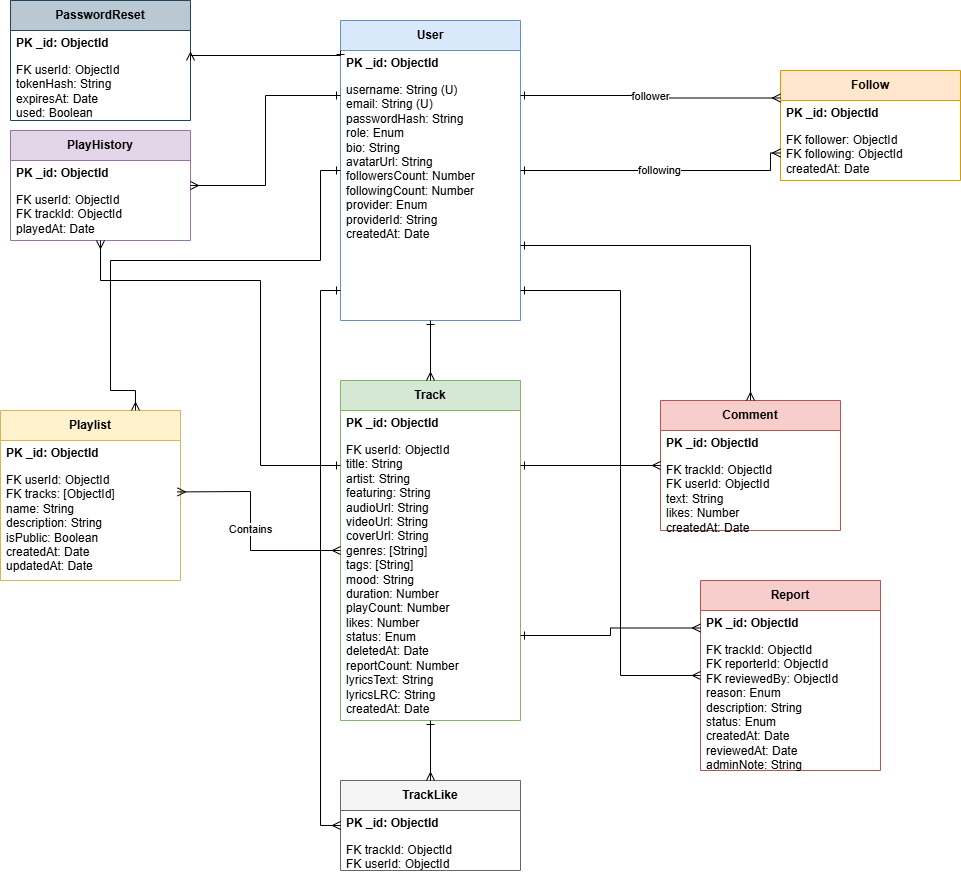
The draw.io diagram diagram/ERD.drawio.png in ducquyen12312ew/sao_clao, before a commit. Source tidied: cells renumbered, new cells last; positions are measured from the earlier drawing's top-left corner, leaving out a move shared by most shapes. The source it was exported from:
```xml
<mxGraphModel>
  <root>
    <mxCell id="0" />
    <mxCell id="1" parent="0" />
    <mxCell id="2" value="User" style="swimlane;horizontal=1;startSize=30;whiteSpace=wrap;html=1;fontStyle=1;fillColor=#dae8fc;strokeColor=#6c8ebf;" parent="1" vertex="1">
      <mxGeometry x="340" y="20" width="180" height="300" as="geometry" />
    </mxCell>
    <mxCell id="3" value="PK  _id: ObjectId" style="text;strokeColor=none;fillColor=none;align=left;verticalAlign=middle;spacingLeft=4;spacingRight=4;overflow=hidden;whiteSpace=wrap;html=1;fontStyle=1;" parent="2" vertex="1">
      <mxGeometry y="30" width="180" height="26" as="geometry" />
    </mxCell>
    <mxCell id="4" value="username: String (U)&#10;email: String (U)&#10;passwordHash: String&#10;role: Enum&#10;bio: String&#10;avatarUrl: String&#10;followersCount: Number&#10;followingCount: Number&#10;provider: Enum&#10;providerId: String&#10;createdAt: Date" style="text;strokeColor=none;fillColor=none;align=left;verticalAlign=top;spacingLeft=4;spacingRight=4;overflow=hidden;whiteSpace=wrap;html=1;" parent="2" vertex="1">
      <mxGeometry y="56" width="180" height="244" as="geometry" />
    </mxCell>
    <mxCell id="5" value="Track" style="swimlane;horizontal=1;startSize=30;whiteSpace=wrap;html=1;fontStyle=1;fillColor=#d5e8d4;strokeColor=#82b366;" parent="1" vertex="1">
      <mxGeometry x="340" y="380" width="180" height="340" as="geometry" />
    </mxCell>
    <mxCell id="6" value="PK  _id: ObjectId" style="text;strokeColor=none;fillColor=none;align=left;verticalAlign=middle;spacingLeft=4;spacingRight=4;overflow=hidden;whiteSpace=wrap;html=1;fontStyle=1;" parent="5" vertex="1">
      <mxGeometry y="30" width="180" height="26" as="geometry" />
    </mxCell>
    <mxCell id="7" value="FK  userId: ObjectId&#10;title: String&#10;artist: String&#10;featuring: String&#10;audioUrl: String&#10;videoUrl: String&#10;coverUrl: String&#10;genres: [String]&#10;tags: [String]&#10;mood: String&#10;duration: Number&#10;playCount: Number&#10;likes: Number&#10;status: Enum&#10;deletedAt: Date&#10;reportCount: Number&#10;lyricsText: String&#10;lyricsLRC: String&#10;createdAt: Date" style="text;strokeColor=none;fillColor=none;align=left;verticalAlign=top;spacingLeft=4;spacingRight=4;overflow=hidden;whiteSpace=wrap;html=1;" parent="5" vertex="1">
      <mxGeometry y="56" width="180" height="284" as="geometry" />
    </mxCell>
    <mxCell id="8" value="Playlist" style="swimlane;horizontal=1;startSize=30;whiteSpace=wrap;html=1;fontStyle=1;fillColor=#fff2cc;strokeColor=#d6b656;" parent="1" vertex="1">
      <mxGeometry y="410" width="180" height="170" as="geometry" />
    </mxCell>
    <mxCell id="9" value="PK  _id: ObjectId" style="text;strokeColor=none;fillColor=none;align=left;verticalAlign=middle;spacingLeft=4;spacingRight=4;overflow=hidden;whiteSpace=wrap;html=1;fontStyle=1;" parent="8" vertex="1">
      <mxGeometry y="30" width="180" height="26" as="geometry" />
    </mxCell>
    <mxCell id="10" value="FK  userId: ObjectId&#10;FK  tracks: [ObjectId]&#10;name: String&#10;description: String&#10;isPublic: Boolean&#10;createdAt: Date&#10;updatedAt: Date" style="text;strokeColor=none;fillColor=none;align=left;verticalAlign=top;spacingLeft=4;spacingRight=4;overflow=hidden;points=[[0,0.5],[1,0.5]];portConstraint=eastwest;whiteSpace=wrap;html=1;" parent="8" vertex="1">
      <mxGeometry y="56" width="180" height="114" as="geometry" />
    </mxCell>
    <mxCell id="11" value="Comment" style="swimlane;horizontal=1;startSize=30;whiteSpace=wrap;html=1;fontStyle=1;fillColor=#f8cecc;strokeColor=#b85450;" parent="1" vertex="1">
      <mxGeometry x="660" y="400" width="180" height="130" as="geometry" />
    </mxCell>
    <mxCell id="12" value="PK  _id: ObjectId" style="text;strokeColor=none;fillColor=none;align=left;verticalAlign=middle;spacingLeft=4;spacingRight=4;overflow=hidden;whiteSpace=wrap;html=1;fontStyle=1;" parent="11" vertex="1">
      <mxGeometry y="30" width="180" height="26" as="geometry" />
    </mxCell>
    <mxCell id="13" value="FK  trackId: ObjectId&#10;FK  userId: ObjectId&#10;text: String&#10;likes: Number&#10;createdAt: Date" style="text;strokeColor=none;fillColor=none;align=left;verticalAlign=top;spacingLeft=4;spacingRight=4;overflow=hidden;whiteSpace=wrap;html=1;" parent="11" vertex="1">
      <mxGeometry y="56" width="180" height="74" as="geometry" />
    </mxCell>
    <mxCell id="14" value="PlayHistory" style="swimlane;horizontal=1;startSize=30;whiteSpace=wrap;html=1;fontStyle=1;fillColor=#e1d5e7;strokeColor=#9673a6;" parent="1" vertex="1">
      <mxGeometry x="10" y="130" width="180" height="110" as="geometry" />
    </mxCell>
    <mxCell id="15" value="PK  _id: ObjectId" style="text;strokeColor=none;fillColor=none;align=left;verticalAlign=middle;spacingLeft=4;spacingRight=4;overflow=hidden;whiteSpace=wrap;html=1;fontStyle=1;" parent="14" vertex="1">
      <mxGeometry y="30" width="180" height="26" as="geometry" />
    </mxCell>
    <mxCell id="16" value="FK  userId: ObjectId&#10;FK  trackId: ObjectId&#10;playedAt: Date" style="text;strokeColor=none;fillColor=none;align=left;verticalAlign=top;spacingLeft=4;spacingRight=4;overflow=hidden;whiteSpace=wrap;html=1;" parent="14" vertex="1">
      <mxGeometry y="56" width="180" height="54" as="geometry" />
    </mxCell>
    <mxCell id="17" value="Follow" style="swimlane;horizontal=1;startSize=30;whiteSpace=wrap;html=1;fontStyle=1;fillColor=#ffe6cc;strokeColor=#d79b00;" parent="1" vertex="1">
      <mxGeometry x="780" y="70" width="180" height="110" as="geometry" />
    </mxCell>
    <mxCell id="18" value="PK  _id: ObjectId" style="text;strokeColor=none;fillColor=none;align=left;verticalAlign=middle;spacingLeft=4;spacingRight=4;overflow=hidden;whiteSpace=wrap;html=1;fontStyle=1;" parent="17" vertex="1">
      <mxGeometry y="30" width="180" height="26" as="geometry" />
    </mxCell>
    <mxCell id="19" value="FK  follower: ObjectId&#10;FK  following: ObjectId&#10;createdAt: Date" style="text;strokeColor=none;fillColor=none;align=left;verticalAlign=top;spacingLeft=4;spacingRight=4;overflow=hidden;whiteSpace=wrap;html=1;" parent="17" vertex="1">
      <mxGeometry y="56" width="180" height="54" as="geometry" />
    </mxCell>
    <mxCell id="20" value="Report" style="swimlane;horizontal=1;startSize=30;whiteSpace=wrap;html=1;fontStyle=1;fillColor=#f8cecc;strokeColor=#b85450;" parent="1" vertex="1">
      <mxGeometry x="700" y="580" width="180" height="190" as="geometry" />
    </mxCell>
    <mxCell id="21" value="PK  _id: ObjectId" style="text;strokeColor=none;fillColor=none;align=left;verticalAlign=middle;spacingLeft=4;spacingRight=4;overflow=hidden;whiteSpace=wrap;html=1;fontStyle=1;" parent="20" vertex="1">
      <mxGeometry y="30" width="180" height="26" as="geometry" />
    </mxCell>
    <mxCell id="22" value="FK  trackId: ObjectId&#10;FK  reporterId: ObjectId&#10;FK  reviewedBy: ObjectId&#10;reason: Enum&#10;description: String&#10;status: Enum&#10;createdAt: Date&#10;reviewedAt: Date&#10;adminNote: String" style="text;strokeColor=none;fillColor=none;align=left;verticalAlign=top;spacingLeft=4;spacingRight=4;overflow=hidden;whiteSpace=wrap;html=1;" parent="20" vertex="1">
      <mxGeometry y="56" width="180" height="134" as="geometry" />
    </mxCell>
    <mxCell id="23" value="PasswordReset" style="swimlane;horizontal=1;startSize=30;whiteSpace=wrap;html=1;fontStyle=1;fillColor=#bac8d3;strokeColor=#23445d;" parent="1" vertex="1">
      <mxGeometry x="10" width="180" height="120" as="geometry" />
    </mxCell>
    <mxCell id="24" value="PK  _id: ObjectId" style="text;strokeColor=none;fillColor=none;align=left;verticalAlign=middle;spacingLeft=4;spacingRight=4;overflow=hidden;whiteSpace=wrap;html=1;fontStyle=1;" parent="23" vertex="1">
      <mxGeometry y="30" width="180" height="26" as="geometry" />
    </mxCell>
    <mxCell id="25" value="FK  userId: ObjectId&#10;tokenHash: String&#10;expiresAt: Date&#10;used: Boolean&#10;createdAt: Date" style="text;strokeColor=none;fillColor=none;align=left;verticalAlign=top;spacingLeft=4;spacingRight=4;overflow=hidden;whiteSpace=wrap;html=1;" parent="23" vertex="1">
      <mxGeometry y="56" width="180" height="64" as="geometry" />
    </mxCell>
    <mxCell id="26" value="TrackLike" style="swimlane;horizontal=1;startSize=30;whiteSpace=wrap;html=1;fontStyle=1;fillColor=#f5f5f5;strokeColor=#666666;" parent="1" vertex="1">
      <mxGeometry x="340" y="780" width="180" height="90" as="geometry" />
    </mxCell>
    <mxCell id="27" value="PK  _id: ObjectId" style="text;strokeColor=none;fillColor=none;align=left;verticalAlign=middle;spacingLeft=4;spacingRight=4;overflow=hidden;whiteSpace=wrap;html=1;fontStyle=1;" parent="26" vertex="1">
      <mxGeometry y="30" width="180" height="26" as="geometry" />
    </mxCell>
    <mxCell id="28" value="FK  trackId: ObjectId&#10;FK  userId: ObjectId&#10;createdAt: Date" style="text;strokeColor=none;fillColor=none;align=left;verticalAlign=top;spacingLeft=4;spacingRight=4;overflow=hidden;whiteSpace=wrap;html=1;" parent="26" vertex="1">
      <mxGeometry y="56" width="180" height="34" as="geometry" />
    </mxCell>
    <mxCell id="29" style="edgeStyle=orthogonalEdgeStyle;rounded=0;jettySize=auto;html=1;entryX=0.5;entryY=0;entryDx=0;entryDy=0;exitX=0.5;exitY=1;exitDx=0;exitDy=0;endArrow=ERmany;startArrow=ERone;" parent="1" edge="1" source="2" target="5">
      <mxGeometry relative="1" as="geometry" />
    </mxCell>
    <mxCell id="30" style="edgeStyle=orthogonalEdgeStyle;rounded=0;jettySize=auto;html=1;entryX=0.75;entryY=0;entryDx=0;entryDy=0;exitX=0;exitY=0.5;exitDx=0;exitDy=0;endArrow=ERmany;startArrow=ERone;" parent="1" edge="1" source="2" target="8">
      <mxGeometry relative="1" as="geometry">
        <Array as="points">
          <mxPoint x="320" y="170" />
          <mxPoint x="320" y="260" />
          <mxPoint x="110" y="260" />
          <mxPoint x="110" y="390" />
        </Array>
      </mxGeometry>
    </mxCell>
    <mxCell id="31" style="edgeStyle=orthogonalEdgeStyle;rounded=0;jettySize=auto;html=1;entryX=1;entryY=0.5;entryDx=0;entryDy=0;exitX=0;exitY=0.25;exitDx=0;exitDy=0;endArrow=ERmany;startArrow=ERone;" parent="1" edge="1" source="2" target="14">
      <mxGeometry relative="1" as="geometry" />
    </mxCell>
    <mxCell id="32" style="edgeStyle=orthogonalEdgeStyle;rounded=0;jettySize=auto;html=1;entryX=0.5;entryY=0;entryDx=0;entryDy=0;exitX=1;exitY=0.75;exitDx=0;exitDy=0;endArrow=ERmany;startArrow=ERone;" parent="1" edge="1" source="2" target="11">
      <mxGeometry relative="1" as="geometry">
        <Array as="points">
          <mxPoint x="750" y="245" />
        </Array>
      </mxGeometry>
    </mxCell>
    <mxCell id="33" value="follower" style="edgeStyle=orthogonalEdgeStyle;rounded=0;jettySize=auto;html=1;entryX=0;entryY=0.25;entryDx=0;entryDy=0;exitX=1;exitY=0.25;exitDx=0;exitDy=0;endArrow=ERmany;startArrow=ERone;" parent="1" edge="1" source="2" target="17">
      <mxGeometry relative="1" as="geometry" />
    </mxCell>
    <mxCell id="34" value="following" style="edgeStyle=orthogonalEdgeStyle;rounded=0;jettySize=auto;html=1;entryX=0;entryY=0.75;entryDx=0;entryDy=0;exitX=1;exitY=0.5;exitDx=0;exitDy=0;endArrow=ERmany;startArrow=ERone;" parent="1" edge="1" source="2" target="17">
      <mxGeometry relative="1" as="geometry">
        <Array as="points">
          <mxPoint x="770" y="170" />
          <mxPoint x="770" y="153" />
        </Array>
      </mxGeometry>
    </mxCell>
    <mxCell id="35" style="edgeStyle=orthogonalEdgeStyle;rounded=0;jettySize=auto;html=1;entryX=0;entryY=0.5;entryDx=0;entryDy=0;exitX=1;exitY=0.9;exitDx=0;exitDy=0;endArrow=ERmany;startArrow=ERone;" parent="1" edge="1" source="2" target="20">
      <mxGeometry relative="1" as="geometry">
        <Array as="points">
          <mxPoint x="520" y="290" />
          <mxPoint x="620" y="290" />
          <mxPoint x="620" y="675" />
        </Array>
      </mxGeometry>
    </mxCell>
    <mxCell id="36" style="edgeStyle=orthogonalEdgeStyle;rounded=0;jettySize=auto;html=1;entryX=1;entryY=0.5;entryDx=0;entryDy=0;exitX=0;exitY=0.1;exitDx=0;exitDy=0;endArrow=ERmany;startArrow=ERone;" parent="1" edge="1" source="2" target="23">
      <mxGeometry relative="1" as="geometry">
        <Array as="points">
          <mxPoint x="340" y="55" />
        </Array>
      </mxGeometry>
    </mxCell>
    <mxCell id="37" style="edgeStyle=orthogonalEdgeStyle;rounded=0;jettySize=auto;html=1;entryX=0;entryY=0.5;entryDx=0;entryDy=0;exitX=0;exitY=0.9;exitDx=0;exitDy=0;endArrow=ERmany;startArrow=ERone;" parent="1" edge="1" source="2" target="26">
      <mxGeometry relative="1" as="geometry">
        <Array as="points">
          <mxPoint x="320" y="290" />
          <mxPoint x="320" y="825" />
        </Array>
      </mxGeometry>
    </mxCell>
    <mxCell id="38" style="edgeStyle=orthogonalEdgeStyle;rounded=0;jettySize=auto;html=1;entryX=0.5;entryY=1;entryDx=0;entryDy=0;exitX=0;exitY=0.25;exitDx=0;exitDy=0;endArrow=ERmany;startArrow=ERone;" parent="1" edge="1" source="5" target="14">
      <mxGeometry relative="1" as="geometry">
        <Array as="points">
          <mxPoint x="260" y="465" />
          <mxPoint x="260" y="280" />
          <mxPoint x="100" y="280" />
        </Array>
      </mxGeometry>
    </mxCell>
    <mxCell id="39" style="edgeStyle=orthogonalEdgeStyle;rounded=0;jettySize=auto;html=1;entryX=0;entryY=0.5;entryDx=0;entryDy=0;exitX=1;exitY=0.25;exitDx=0;exitDy=0;endArrow=ERmany;startArrow=ERone;" parent="1" edge="1" source="5" target="11">
      <mxGeometry relative="1" as="geometry" />
    </mxCell>
    <mxCell id="40" style="edgeStyle=orthogonalEdgeStyle;rounded=0;jettySize=auto;html=1;entryX=0;entryY=0.25;entryDx=0;entryDy=0;exitX=1;exitY=0.75;exitDx=0;exitDy=0;endArrow=ERmany;startArrow=ERone;" parent="1" edge="1" source="5" target="20">
      <mxGeometry relative="1" as="geometry" />
    </mxCell>
    <mxCell id="41" style="edgeStyle=orthogonalEdgeStyle;rounded=0;jettySize=auto;html=1;entryX=0.5;entryY=0;entryDx=0;entryDy=0;exitX=0.5;exitY=1;exitDx=0;exitDy=0;endArrow=ERmany;startArrow=ERone;" parent="1" edge="1" source="5" target="26">
      <mxGeometry relative="1" as="geometry" />
    </mxCell>
    <mxCell id="42" value="Contains" style="edgeStyle=orthogonalEdgeStyle;rounded=0;jettySize=auto;html=1;entryX=0;entryY=0.5;entryDx=0;entryDy=0;endArrow=ERmany;startArrow=ERmany;exitX=0.983;exitY=0.223;exitDx=0;exitDy=0;exitPerimeter=0;" parent="1" edge="1" source="10" target="5">
      <mxGeometry relative="1" as="geometry">
        <Array as="points">
          <mxPoint x="181" y="491" />
          <mxPoint x="250" y="491" />
          <mxPoint x="250" y="550" />
        </Array>
      </mxGeometry>
    </mxCell>
  </root>
</mxGraphModel>
```
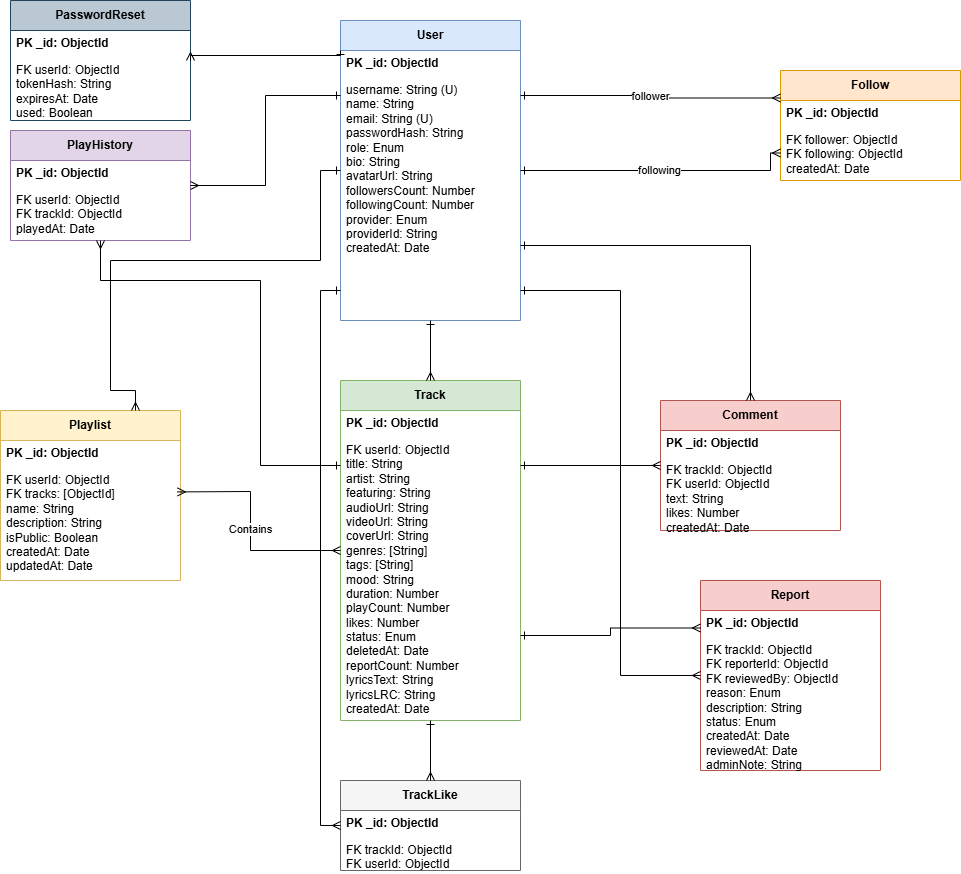
After the commit.

What changed in the source:
```diff
@@ -8,7 +8,7 @@
     <mxCell id="3" value="PK  _id: ObjectId" style="text;strokeColor=none;fillColor=none;align=left;verticalAlign=middle;spacingLeft=4;spacingRight=4;overflow=hidden;whiteSpace=wrap;html=1;fontStyle=1;" parent="2" vertex="1">
       <mxGeometry y="30" width="180" height="26" as="geometry" />
     </mxCell>
-    <mxCell id="4" value="username: String (U)&#10;email: String (U)&#10;passwordHash: String&#10;role: Enum&#10;bio: String&#10;avatarUrl: String&#10;followersCount: Number&#10;followingCount: Number&#10;provider: Enum&#10;providerId: String&#10;createdAt: Date" style="text;strokeColor=none;fillColor=none;align=left;verticalAlign=top;spacingLeft=4;spacingRight=4;overflow=hidden;whiteSpace=wrap;html=1;" parent="2" vertex="1">
+    <mxCell id="4" value="username: String (U)&lt;div&gt;name: String&lt;br&gt;email: String (U)&lt;br&gt;passwordHash: String&lt;br&gt;role: Enum&lt;br&gt;bio: String&lt;br&gt;avatarUrl: String&lt;br&gt;followersCount: Number&lt;br&gt;followingCount: Number&lt;br&gt;provider: Enum&lt;br&gt;providerId: String&lt;br&gt;createdAt: Date&lt;/div&gt;" style="text;strokeColor=none;fillColor=none;align=left;verticalAlign=top;spacingLeft=4;spacingRight=4;overflow=hidden;whiteSpace=wrap;html=1;" parent="2" vertex="1">
       <mxGeometry y="56" width="180" height="244" as="geometry" />
     </mxCell>
     <mxCell id="5" value="Track" style="swimlane;horizontal=1;startSize=30;whiteSpace=wrap;html=1;fontStyle=1;fillColor=#d5e8d4;strokeColor=#82b366;" parent="1" vertex="1">
```
